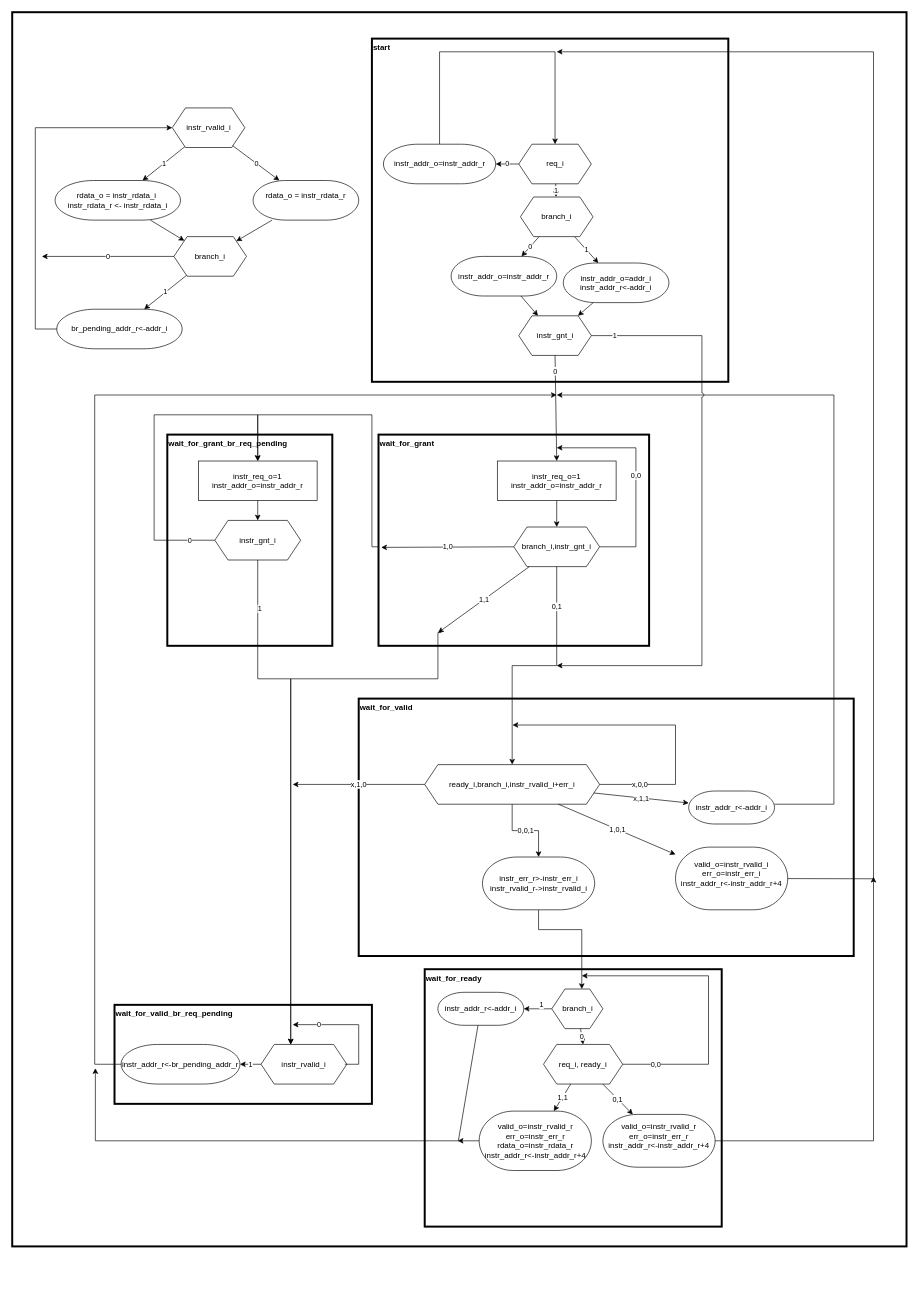
Earlier version of the draw.io diagram docs/assets/single-prefetch-buffer-fsm.drawio (epsilon537/boxlambda). Source tidied: cells renumbered, new cells numbered last; positions are measured from the earlier drawing's top-left corner, leaving out a move shared by most shapes. Both pictures are drawn from the tidied source at 66%, with x=0, y=0 at pixel (12, 12).
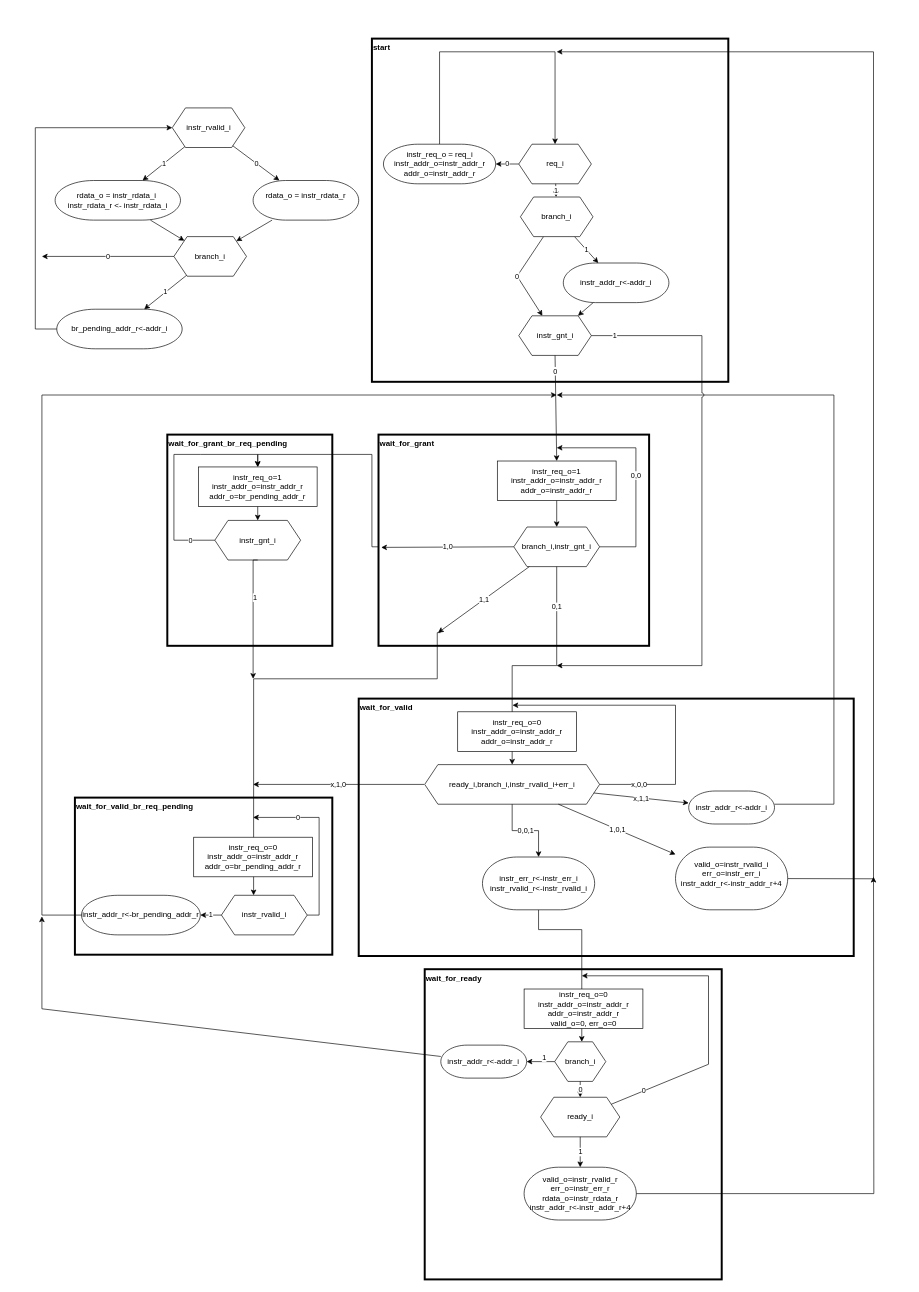
Above is the later version.

Commit message (it also covers changes not shown here):
prefetch irq bugfix

The change refers to these unchanged cells:
```xml
<mxCell id="26" value="instr_gnt_i" style="shape=hexagon;perimeter=hexagonPerimeter2;whiteSpace=wrap;html=1;fixedSize=1;" parent="1" vertex="1">
  <mxGeometry x="307" y="770" width="130" height="60" as="geometry" />
</mxCell>
<mxCell id="31" value="ready_i,branch_i,instr_rvalid_i+err_i" style="shape=hexagon;perimeter=hexagonPerimeter2;whiteSpace=wrap;html=1;fixedSize=1;" parent="1" vertex="1">
  <mxGeometry x="625" y="1140" width="265" height="60" as="geometry" />
</mxCell>
<mxCell id="55" value="branch_i" style="shape=hexagon;perimeter=hexagonPerimeter2;whiteSpace=wrap;html=1;fixedSize=1;" parent="1" vertex="1">
  <mxGeometry x="770" y="280" width="110" height="60" as="geometry" />
</mxCell>
<mxCell id="57" value="instr_gnt_i" style="shape=hexagon;perimeter=hexagonPerimeter2;whiteSpace=wrap;html=1;fixedSize=1;" parent="1" vertex="1">
  <mxGeometry x="767.5" y="460" width="110" height="60" as="geometry" />
</mxCell>
```

Diff of the diagram source:
```diff
@@
-    <mxCell id="2" style="rounded=0;whiteSpace=wrap;html=1;fillColor=none;strokeWidth=3;" parent="1" vertex="1">
-      <mxGeometry width="1355" height="1870" as="geometry" />
-    </mxCell>
@@
     <mxCell id="7" value="wait_for_valid_br_req_pending" style="rounded=0;whiteSpace=wrap;html=1;verticalAlign=top;align=left;fillColor=none;strokeWidth=3;fontStyle=1;" parent="1" vertex="1">
-      <mxGeometry x="155" y="1504" width="390" height="150" as="geometry" />
+      <mxGeometry x="95" y="1190" width="390" height="238" as="geometry" />
     </mxCell>
     <mxCell id="8" value="wait_for_ready" style="rounded=0;whiteSpace=wrap;html=1;verticalAlign=top;fillColor=none;align=left;strokeWidth=3;fontStyle=1;" parent="1" vertex="1">
-      <mxGeometry x="625" y="1450" width="450" height="390" as="geometry" />
+      <mxGeometry x="625" y="1450" width="450" height="470" as="geometry" />
     </mxCell>
@@
-    <mxCell id="11" value="instr_req_o=1&lt;div&gt;instr_addr_o=instr_addr_r&lt;/div&gt;" style="rounded=0;whiteSpace=wrap;html=1;" parent="1" vertex="1">
+    <mxCell id="11" value="instr_req_o=1&lt;div&gt;instr_addr_o=instr_addr_r&lt;/div&gt;&lt;div&gt;addr_o=instr_addr_r&lt;/div&gt;" style="rounded=0;whiteSpace=wrap;html=1;" parent="1" vertex="1">
       <mxGeometry x="735" y="680" width="180" height="60" as="geometry" />
     </mxCell>
@@
-    <mxCell id="15" value="instr_addr_o=instr_addr_r" style="strokeWidth=1;html=1;shape=mxgraph.flowchart.terminator;whiteSpace=wrap;" parent="1" vertex="1">
+    <mxCell id="15" value="&lt;div&gt;instr_req_o = req_i&lt;/div&gt;instr_addr_o=instr_addr_r&lt;div&gt;addr_o=instr_addr_r&lt;/div&gt;" style="strokeWidth=1;html=1;shape=mxgraph.flowchart.terminator;whiteSpace=wrap;" parent="1" vertex="1">
       <mxGeometry x="562.5" y="200" width="170" height="60" as="geometry" />
     </mxCell>
-    <mxCell id="16" value="instr_addr_o=addr_i&lt;div&gt;instr_addr_r&amp;lt;-addr_i&lt;/div&gt;" style="strokeWidth=1;html=1;shape=mxgraph.flowchart.terminator;whiteSpace=wrap;" parent="1" vertex="1">
+    <mxCell id="16" value="&lt;div&gt;&lt;div&gt;instr_addr_r&amp;lt;-addr_i&lt;/div&gt;&lt;/div&gt;" style="strokeWidth=1;html=1;shape=mxgraph.flowchart.terminator;whiteSpace=wrap;" parent="1" vertex="1">
       <mxGeometry x="835" y="380" width="160" height="60" as="geometry" />
     </mxCell>
-    <mxCell id="17" value="instr_addr_o=instr_addr_r" style="strokeWidth=1;html=1;shape=mxgraph.flowchart.terminator;whiteSpace=wrap;" parent="1" vertex="1">
-      <mxGeometry x="665" y="370" width="160" height="60" as="geometry" />
-    </mxCell>
-    <mxCell id="18" value="0" style="endArrow=classic;html=1;rounded=0;" parent="1" edge="1" source="55" target="17">
-      <mxGeometry relative="1" as="geometry" />
+    <mxCell id="18" value="0" style="endArrow=classic;html=1;rounded=0;" parent="1" edge="1" source="55" target="57">
+      <mxGeometry relative="1" as="geometry">
+        <Array as="points">
+          <mxPoint x="765" y="400" />
+        </Array>
+      </mxGeometry>
     </mxCell>
-    <mxCell id="19" style="endArrow=classic;html=1;rounded=0;" parent="1" edge="1" source="17" target="57">
-      <mxGeometry relative="1" as="geometry" />
-    </mxCell>
@@
     <mxCell id="22" style="endArrow=classic;html=1;rounded=0;entryX=0.5;entryY=0;entryDx=0;entryDy=0;edgeStyle=orthogonalEdgeStyle;" parent="1" edge="1" target="25">
       <mxGeometry relative="1" as="geometry">
         <mxPoint x="555" y="810" as="sourcePoint" />
         <Array as="points">
           <mxPoint x="545" y="810" />
-          <mxPoint x="545" y="610" />
-          <mxPoint x="372" y="610" />
+          <mxPoint x="545" y="670" />
+          <mxPoint x="372" y="670" />
         </Array>
       </mxGeometry>
     </mxCell>
@@
-    <mxCell id="25" value="instr_req_o=1&lt;div&gt;instr_addr_o=instr_addr_r&lt;/div&gt;" style="rounded=0;whiteSpace=wrap;html=1;" parent="1" vertex="1">
-      <mxGeometry x="282" y="680" width="180" height="60" as="geometry" />
+    <mxCell id="25" value="instr_req_o=1&lt;div&gt;instr_addr_o=instr_addr_r&lt;/div&gt;&lt;div&gt;addr_o=br_pending_addr_r&lt;/div&gt;" style="rounded=0;whiteSpace=wrap;html=1;" parent="1" vertex="1">
+      <mxGeometry x="282" y="689" width="180" height="60" as="geometry" />
     </mxCell>
@@
     <mxCell id="28" value="0" style="endArrow=classic;html=1;rounded=0;" parent="1" edge="1" source="26" target="25">
-      <mxGeometry x="-0.85" relative="1" as="geometry">
+      <mxGeometry x="-0.78" relative="1" as="geometry">
         <Array as="points">
-          <mxPoint x="215" y="800" />
-          <mxPoint x="215" y="610" />
-          <mxPoint x="372" y="610" />
+          <mxPoint x="245" y="800" />
+          <mxPoint x="245" y="670" />
+          <mxPoint x="285" y="670" />
+          <mxPoint x="372" y="670" />
         </Array>
       </mxGeometry>
     </mxCell>
-    <mxCell id="29" value="1" style="endArrow=classic;html=1;rounded=0;edgeStyle=orthogonalEdgeStyle;" parent="1" edge="1" source="26" target="30">
-      <mxGeometry x="-0.81" y="3" relative="1" as="geometry">
+    <mxCell id="29" value="1" style="endArrow=classic;html=1;rounded=0;edgeStyle=orthogonalEdgeStyle;exitX=0.5;exitY=1;exitDx=0;exitDy=0;" parent="1" edge="1" source="26">
+      <mxGeometry x="-0.32" y="3" relative="1" as="geometry">
+        <mxPoint x="365" y="1010" as="targetPoint" />
         <Array as="points">
-          <mxPoint x="372" y="1010" />
-          <mxPoint x="422" y="1010" />
+          <mxPoint x="365" y="830" />
         </Array>
       </mxGeometry>
     </mxCell>
     <mxCell id="30" value="instr_rvalid_i" style="shape=hexagon;perimeter=hexagonPerimeter2;whiteSpace=wrap;html=1;fixedSize=1;" parent="1" vertex="1">
-      <mxGeometry x="377" y="1564" width="130" height="60" as="geometry" />
+      <mxGeometry x="317" y="1338" width="130" height="60" as="geometry" />
     </mxCell>
@@
-    <mxCell id="34" style="endArrow=classic;html=1;rounded=0;edgeStyle=orthogonalEdgeStyle;" parent="1" edge="1" target="30">
-      <mxGeometry relative="1" as="geometry">
-        <mxPoint x="650" y="940" as="sourcePoint" />
+    <mxCell id="34" style="endArrow=classic;html=1;rounded=0;edgeStyle=orthogonalEdgeStyle;entryX=0.375;entryY=0;entryDx=0;entryDy=0;" parent="1" edge="1" target="30">
+      <mxGeometry x="-0.06" relative="1" as="geometry">
+        <mxPoint x="649" y="940" as="sourcePoint" />
         <Array as="points">
-          <mxPoint x="645" y="940" />
-          <mxPoint x="645" y="1010" />
-          <mxPoint x="422" y="1010" />
+          <mxPoint x="644" y="940" />
+          <mxPoint x="644" y="1010" />
+          <mxPoint x="365.8" y="1010" />
         </Array>
       </mxGeometry>
     </mxCell>
     <mxCell id="35" value="instr_addr_r&amp;lt;-br_pending_addr_r" style="strokeWidth=1;html=1;shape=mxgraph.flowchart.terminator;whiteSpace=wrap;" parent="1" vertex="1">
-      <mxGeometry x="165" y="1564" width="180" height="60" as="geometry" />
+      <mxGeometry x="105" y="1338" width="180" height="60" as="geometry" />
     </mxCell>
@@
     <mxCell id="37" style="endArrow=classic;html=1;rounded=0;" parent="1" edge="1" source="35">
-      <mxGeometry relative="1" as="geometry">
+      <mxGeometry x="-0.19" relative="1" as="geometry">
         <mxPoint x="825" y="580" as="targetPoint" />
         <Array as="points">
-          <mxPoint x="125" y="1594" />
-          <mxPoint x="125" y="580" />
+          <mxPoint x="45" y="1368" />
+          <mxPoint x="45" y="580" />
         </Array>
       </mxGeometry>
     </mxCell>
@@
-    <mxCell id="44" value="req_i, ready_i" style="shape=hexagon;perimeter=hexagonPerimeter2;whiteSpace=wrap;html=1;fixedSize=1;" parent="1" vertex="1">
-      <mxGeometry x="805" y="1564" width="120" height="60" as="geometry" />
+    <mxCell id="44" value="ready_i" style="shape=hexagon;perimeter=hexagonPerimeter2;whiteSpace=wrap;html=1;fixedSize=1;" parent="1" vertex="1">
+      <mxGeometry x="800.6" y="1644" width="120" height="60" as="geometry" />
     </mxCell>
-    <mxCell id="45" value="0,0" style="endArrow=classic;html=1;rounded=0;" parent="1" edge="1" source="44">
+    <mxCell id="45" value="0" style="endArrow=classic;html=1;rounded=0;" parent="1" edge="1" source="44">
       <mxGeometry x="-0.78" relative="1" as="geometry">
         <mxPoint x="863" y="1460" as="targetPoint" />
         <Array as="points">
           <mxPoint x="1055" y="1594" />
           <mxPoint x="1055" y="1460" />
         </Array>
       </mxGeometry>
     </mxCell>
-    <mxCell id="46" value="valid_o=instr_rvalid_r&lt;div&gt;err_o=instr_err_r&lt;div&gt;instr_addr_r&amp;lt;-instr_addr_r+4&lt;/div&gt;&lt;div&gt;&lt;br&gt;&lt;/div&gt;&lt;/div&gt;" style="strokeWidth=1;html=1;shape=mxgraph.flowchart.terminator;whiteSpace=wrap;" parent="1" vertex="1">
-      <mxGeometry x="895" y="1670" width="170" height="80" as="geometry" />
+    <mxCell id="46" value="&lt;div&gt;&lt;div&gt;valid_o=instr_rvalid_r&lt;div&gt;err_o=instr_err_r&lt;div&gt;rdata_o=instr_rdata_r&lt;/div&gt;&lt;div&gt;instr_addr_r&amp;lt;-instr_addr_r+4&lt;/div&gt;&lt;/div&gt;&lt;/div&gt;&lt;/div&gt;" style="strokeWidth=1;html=1;shape=mxgraph.flowchart.terminator;whiteSpace=wrap;" parent="1" vertex="1">
+      <mxGeometry x="775.6" y="1750" width="170" height="80" as="geometry" />
     </mxCell>
-    <mxCell id="47" value="0,1" style="endArrow=classic;html=1;rounded=0;" parent="1" edge="1" source="44" target="46">
+    <mxCell id="47" value="1" style="endArrow=classic;html=1;rounded=0;" parent="1" edge="1" source="44" target="46">
       <mxGeometry relative="1" as="geometry" />
     </mxCell>
-    <mxCell id="48" value="&lt;div&gt;instr_err_r&amp;gt;-instr_err_i&lt;/div&gt;&lt;div&gt;instr_rvalid_r-&amp;gt;instr_rvalid_i&lt;/div&gt;" style="strokeWidth=1;html=1;shape=mxgraph.flowchart.terminator;whiteSpace=wrap;" parent="1" vertex="1">
+    <mxCell id="48" value="&lt;div&gt;instr_err_r&amp;lt;-instr_err_i&lt;/div&gt;&lt;div&gt;instr_rvalid_r&amp;lt;-instr_rvalid_i&lt;/div&gt;" style="strokeWidth=1;html=1;shape=mxgraph.flowchart.terminator;whiteSpace=wrap;" parent="1" vertex="1">
       <mxGeometry x="712.5" y="1280" width="170" height="80" as="geometry" />
     </mxCell>
     <mxCell id="49" style="endArrow=classic;html=1;rounded=0;edgeStyle=orthogonalEdgeStyle;" parent="1" edge="1" source="46">
       <mxGeometry relative="1" as="geometry">
         <mxPoint x="1305" y="1310" as="targetPoint" />
-        <Array as="points">
-          <mxPoint x="1305" y="1710" />
-        </Array>
       </mxGeometry>
     </mxCell>
-    <mxCell id="50" value="valid_o=instr_rvalid_r&lt;div&gt;err_o=instr_err_r&lt;div&gt;rdata_o=instr_rdata_r&lt;/div&gt;&lt;div&gt;instr_addr_r&amp;lt;-instr_addr_r+4&lt;/div&gt;&lt;/div&gt;" style="strokeWidth=1;html=1;shape=mxgraph.flowchart.terminator;whiteSpace=wrap;" parent="1" vertex="1">
-      <mxGeometry x="707.5" y="1665" width="170" height="90" as="geometry" />
-    </mxCell>
-    <mxCell id="51" value="1,1" style="endArrow=classic;html=1;rounded=0;" parent="1" edge="1" source="44" target="50">
-      <mxGeometry relative="1" as="geometry" />
-    </mxCell>
     <mxCell id="52" value="instr_addr_r&amp;lt;-addr_i" style="strokeWidth=1;html=1;shape=mxgraph.flowchart.terminator;whiteSpace=wrap;" parent="1" vertex="1">
-      <mxGeometry x="645" y="1485" width="130" height="50" as="geometry" />
+      <mxGeometry x="649.4" y="1565" width="130" height="50" as="geometry" />
     </mxCell>
     <mxCell id="53" style="endArrow=classic;html=1;rounded=0;jumpStyle=arc;" parent="1" edge="1" source="52">
-      <mxGeometry relative="1" as="geometry">
-        <mxPoint x="126" y="1600" as="targetPoint" />
+      <mxGeometry x="-0.27" relative="1" as="geometry">
+        <mxPoint x="45" y="1370" as="targetPoint" />
         <Array as="points">
-          <mxPoint x="676" y="1710" />
-          <mxPoint x="406" y="1710" />
-          <mxPoint x="126" y="1710" />
+          <mxPoint x="45" y="1510" />
         </Array>
       </mxGeometry>
     </mxCell>
@@
     <mxCell id="59" value="x,0,0" style="endArrow=classic;html=1;rounded=0;" parent="1" edge="1" source="31">
-      <mxGeometry x="-0.73" relative="1" as="geometry">
-        <mxPoint x="758" y="1080" as="targetPoint" />
+      <mxGeometry x="-0.75" relative="1" as="geometry">
+        <mxPoint x="758" y="1050" as="targetPoint" />
         <Array as="points">
           <mxPoint x="1005" y="1170" />
           <mxPoint x="1005" y="1130" />
-          <mxPoint x="1005" y="1080" />
+          <mxPoint x="1005" y="1050" />
         </Array>
       </mxGeometry>
     </mxCell>
@@
-    <mxCell id="61" value="0" style="endArrow=classic;html=1;rounded=0;exitX=0.895;exitY=0.6;exitDx=0;exitDy=0;exitPerimeter=0;" parent="1" edge="1" source="7">
-      <mxGeometry x="0.56" relative="1" as="geometry">
-        <mxPoint x="425" y="1534" as="targetPoint" />
+    <mxCell id="61" value="0" style="endArrow=classic;html=1;rounded=0;" parent="1" edge="1" source="30">
+      <mxGeometry x="0.49" relative="1" as="geometry">
+        <mxPoint x="365" y="1220" as="targetPoint" />
         <Array as="points">
-          <mxPoint x="525" y="1594" />
-          <mxPoint x="525" y="1534" />
+          <mxPoint x="465" y="1368" />
+          <mxPoint x="465" y="1220" />
         </Array>
       </mxGeometry>
     </mxCell>
-    <mxCell id="62" value="x,1,0" style="endArrow=classic;html=1;rounded=0;" parent="1" edge="1" source="31">
+    <mxCell id="62" value="x,1,0" style="endArrow=classic;html=1;rounded=0;" parent="1" edge="1">
       <mxGeometry relative="1" as="geometry">
-        <mxPoint x="425" y="1170" as="targetPoint" />
+        <mxPoint x="624" y="1170" as="sourcePoint" />
+        <mxPoint x="365" y="1170" as="targetPoint" />
       </mxGeometry>
     </mxCell>
@@
-    <mxCell id="65" style="endArrow=classic;html=1;rounded=0;" parent="1" edge="1" source="50">
-      <mxGeometry relative="1" as="geometry">
-        <mxPoint x="675" y="1710" as="targetPoint" />
-      </mxGeometry>
-    </mxCell>
     <mxCell id="66" value="branch_i" style="shape=hexagon;perimeter=hexagonPerimeter2;whiteSpace=wrap;html=1;fixedSize=1;" parent="1" vertex="1">
-      <mxGeometry x="817.5" y="1480" width="77.5" height="60" as="geometry" />
+      <mxGeometry x="821.9" y="1560" width="77.5" height="60" as="geometry" />
     </mxCell>
@@
+    <mxCell id="80" value="instr_req_o=0&lt;div&gt;instr_addr_o=instr_addr_r&lt;/div&gt;&lt;div&gt;addr_o=br_pending_addr_r&lt;/div&gt;" style="rounded=0;whiteSpace=wrap;html=1;" parent="1" vertex="1">
+      <mxGeometry x="275" y="1250" width="180" height="60" as="geometry" />
+    </mxCell>
+    <mxCell id="81" value="instr_req_o=0&lt;div&gt;instr_addr_o=instr_addr_r&lt;/div&gt;&lt;div&gt;addr_o=instr_addr_r&lt;/div&gt;" style="rounded=0;whiteSpace=wrap;html=1;" parent="1" vertex="1">
+      <mxGeometry x="675" y="1060" width="180" height="60" as="geometry" />
+    </mxCell>
+    <mxCell id="82" value="instr_req_o=0&lt;div&gt;instr_addr_o=instr_addr_r&lt;/div&gt;&lt;div&gt;addr_o=instr_addr_r&lt;/div&gt;&lt;div&gt;valid_o=0, err_o=0&lt;/div&gt;" style="rounded=0;whiteSpace=wrap;html=1;" parent="1" vertex="1">
+      <mxGeometry x="775.6" y="1480" width="180" height="60" as="geometry" />
+    </mxCell>
```
